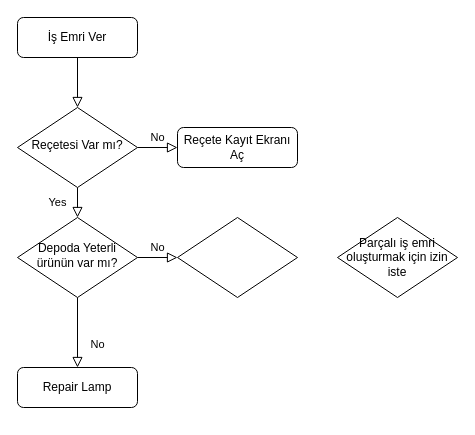
mustafaferhatimamoglu/UrukERP_ keeps this draw.io diagram as İşEmriVer.drawio. Above is the earlier version. Source tidied: cells renumbered, new cells numbered last; positions are measured from the earlier drawing's top-left corner, leaving out a move shared by most shapes. Both pictures are drawn from the tidied source at 100%, with x=0, y=0 at pixel (17, 17).
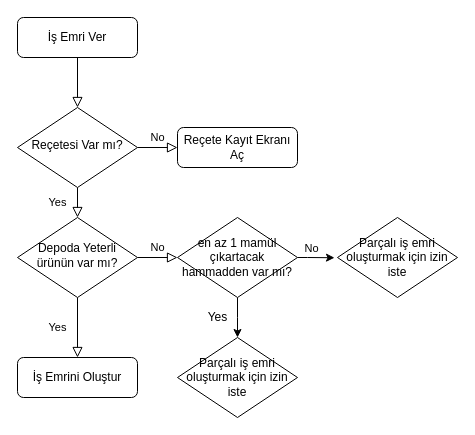
The same page after the edit.

Unchanged cells that the change refers to:
```xml
<mxCell id="10" value="Depoda Yeterli ürünün var mı?" style="rhombus;whiteSpace=wrap;html=1;shadow=0;fontFamily=Helvetica;fontSize=12;align=center;strokeWidth=1;spacing=6;spacingTop=-4;" parent="1" vertex="1">
  <mxGeometry y="200" width="120" height="80" as="geometry" />
</mxCell>
<mxCell id="12" value="Parçalı iş emri oluşturmak için izin iste" style="rhombus;whiteSpace=wrap;html=1;" parent="1" vertex="1">
  <mxGeometry x="320" y="200" width="120" height="80" as="geometry" />
</mxCell>
```

The edit, as a diff of the source:
```diff
@@
-    <mxCell id="8" value="No" style="rounded=0;html=1;jettySize=auto;fontSize=11;endArrow=block;endFill=0;endSize=8;strokeWidth=1;shadow=0;labelBackgroundColor=none;edgeStyle=orthogonalEdgeStyle;" parent="1" edge="1" source="10" target="11">
-      <mxGeometry x="0.33" y="20" relative="1" as="geometry" />
+    <mxCell id="8" value="Yes" style="rounded=0;html=1;jettySize=auto;fontSize=11;endArrow=block;endFill=0;endSize=8;strokeWidth=1;shadow=0;labelBackgroundColor=none;edgeStyle=orthogonalEdgeStyle;" parent="1" edge="1" source="10" target="11">
+      <mxGeometry y="-20" relative="1" as="geometry" />
     </mxCell>
-    <mxCell id="9" value="No" style="edgeStyle=orthogonalEdgeStyle;rounded=0;html=1;jettySize=auto;fontSize=11;endArrow=block;endFill=0;endSize=8;strokeWidth=1;shadow=0;labelBackgroundColor=none;" parent="1" edge="1" source="10">
-      <mxGeometry y="10" relative="1" as="geometry">
-        <mxPoint x="160" y="240" as="targetPoint" />
-        <Array as="points">
-          <mxPoint x="160" y="240" />
-        </Array>
-      </mxGeometry>
+    <mxCell id="9" value="No" style="edgeStyle=orthogonalEdgeStyle;rounded=0;html=1;jettySize=auto;fontSize=11;endArrow=block;endFill=0;endSize=8;strokeWidth=1;shadow=0;labelBackgroundColor=none;entryX=0;entryY=0.5;entryDx=0;entryDy=0;" parent="1" edge="1" source="10" target="13">
+      <mxGeometry y="10" relative="1" as="geometry" />
     </mxCell>
@@
-    <mxCell id="11" value="Repair Lamp" style="rounded=1;whiteSpace=wrap;html=1;fontSize=12;glass=0;strokeWidth=1;shadow=0;" parent="1" vertex="1">
-      <mxGeometry y="350" width="120" height="40" as="geometry" />
+    <mxCell id="11" value="İş Emrini Oluştur" style="rounded=1;whiteSpace=wrap;html=1;fontSize=12;glass=0;strokeWidth=1;shadow=0;" parent="1" vertex="1">
+      <mxGeometry y="340" width="120" height="40" as="geometry" />
     </mxCell>
@@
+    <mxCell id="14" style="edgeStyle=orthogonalEdgeStyle;rounded=0;jettySize=auto;html=1;entryX=-0.025;entryY=0.503;entryDx=0;entryDy=0;entryPerimeter=0;" parent="1" edge="1" source="13" target="12">
+      <mxGeometry relative="1" as="geometry">
+        <Array as="points">
+          <mxPoint x="290" y="240" />
+          <mxPoint x="290" y="240" />
+        </Array>
+      </mxGeometry>
+    </mxCell>
+    <mxCell id="15" value="No" style="edgeLabel;html=1;align=center;verticalAlign=middle;" parent="14" vertex="1">
+      <mxGeometry x="-0.26" y="-1" relative="1" as="geometry">
+        <mxPoint y="-11" as="offset" />
+      </mxGeometry>
+    </mxCell>
+    <mxCell id="16" style="edgeStyle=orthogonalEdgeStyle;rounded=0;jettySize=auto;html=1;" parent="1" edge="1" source="13" target="17">
+      <mxGeometry relative="1" as="geometry">
+        <Array as="points">
+          <mxPoint x="220" y="300" />
+          <mxPoint x="220" y="300" />
+        </Array>
+      </mxGeometry>
+    </mxCell>
-    <mxCell id="13" style="rhombus;whiteSpace=wrap;html=1;" parent="1" vertex="1">
+    <mxCell id="13" value="en az 1 mamül çıkartacak hammadden var mı?" style="rhombus;whiteSpace=wrap;html=1;" parent="1" vertex="1">
       <mxGeometry x="160" y="200" width="120" height="80" as="geometry" />
     </mxCell>
+    <mxCell id="17" value="Parçalı iş emri oluşturmak için izin iste" style="rhombus;whiteSpace=wrap;html=1;" parent="1" vertex="1">
+      <mxGeometry x="160" y="320" width="120" height="80" as="geometry" />
+    </mxCell>
+    <mxCell id="18" value="Yes" style="text;html=1;align=center;verticalAlign=middle;strokeColor=none;fillColor=none;" parent="1" vertex="1">
+      <mxGeometry x="180" y="290" width="40" height="20" as="geometry" />
+    </mxCell>
```
